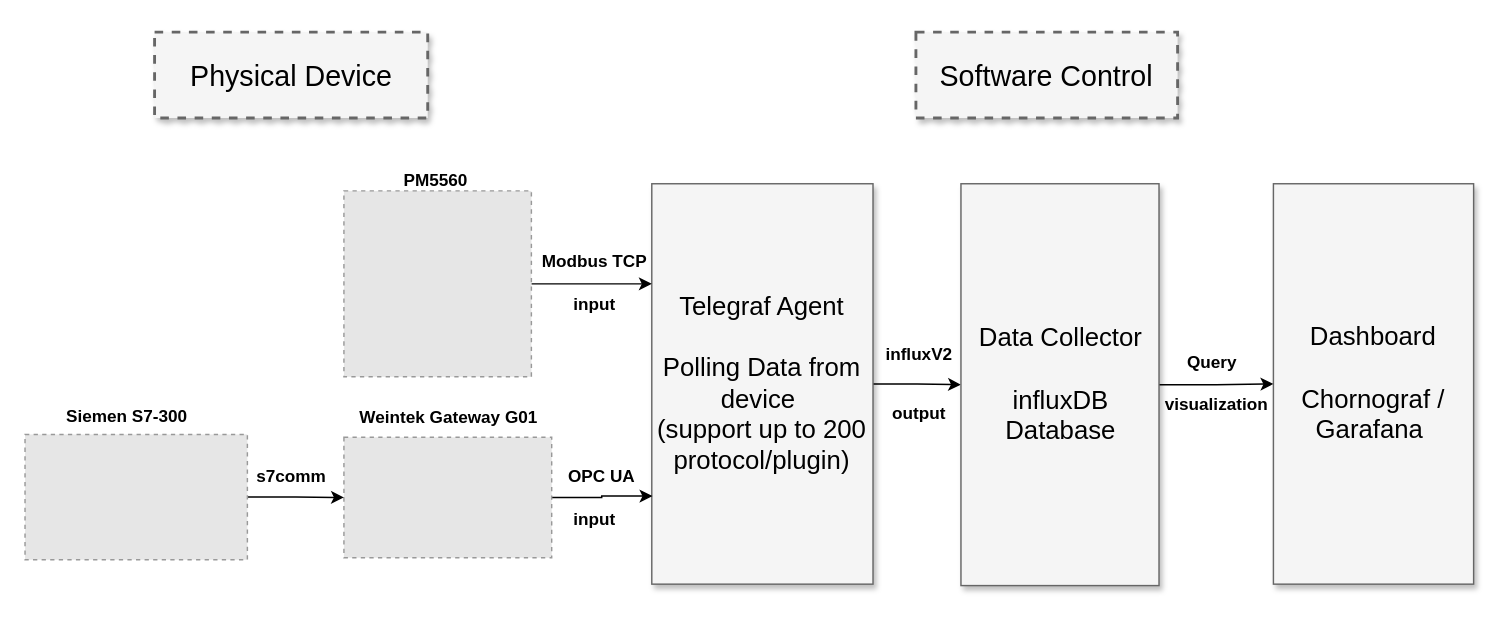
The draw.io diagram Doc/Manual/Untitled Diagram.drawio in onedevauto/TICKstack_pharma4.0, before the edit. Source tidied: cells renumbered, new cells numbered last; positions are measured from the earlier drawing's top-left corner, leaving out a move shared by most shapes. Both pictures are drawn from the tidied source at 143%, with x=0, y=0 at pixel (24, 31). Pictures stored in the file or linked from it are replaced by grey dashed boxes.
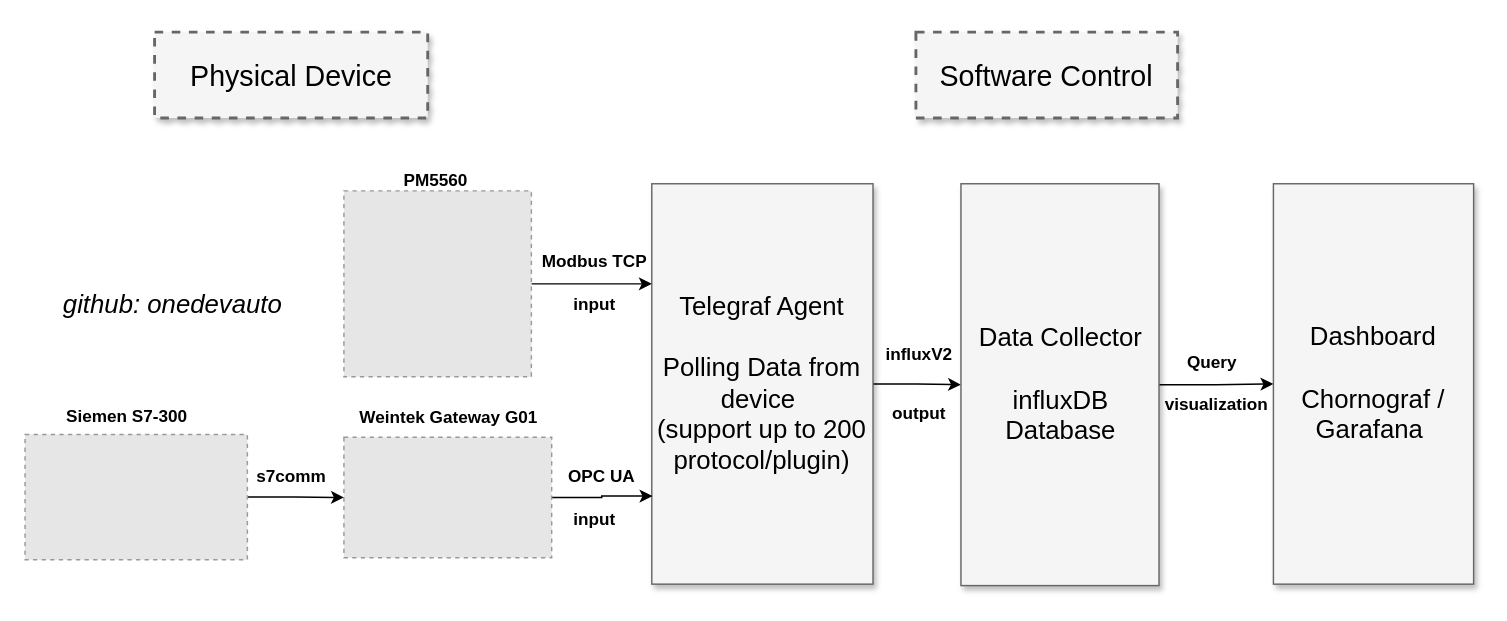
After the change.

What changed in the source:
```diff
@@
+    <mxCell id="28" value="&lt;font style=&quot;font-size: 18px;&quot;&gt;&lt;i&gt;github: onedevauto&lt;/i&gt;&lt;/font&gt;" style="text;html=1;align=center;verticalAlign=middle;fillColor=none;strokeColor=none;rounded=0;" parent="1" vertex="1">
+      <mxGeometry x="13" y="171" width="180" height="40" as="geometry" />
+    </mxCell>
```
